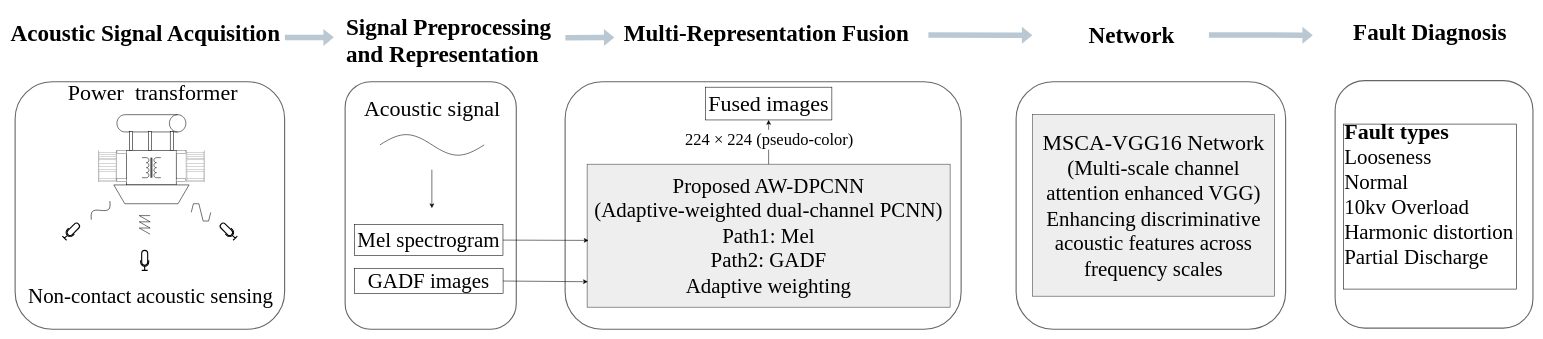
Earlier version of the draw.io diagram paper/framework/framework.drawio (1052554665/AW-DPCNN). Source tidied: cells renumbered, new cells numbered last; positions are measured from the earlier drawing's top-left corner, leaving out a move shared by most shapes. Both pictures are drawn from the tidied source at 55%, with x=0, y=0 at pixel (9, 9).
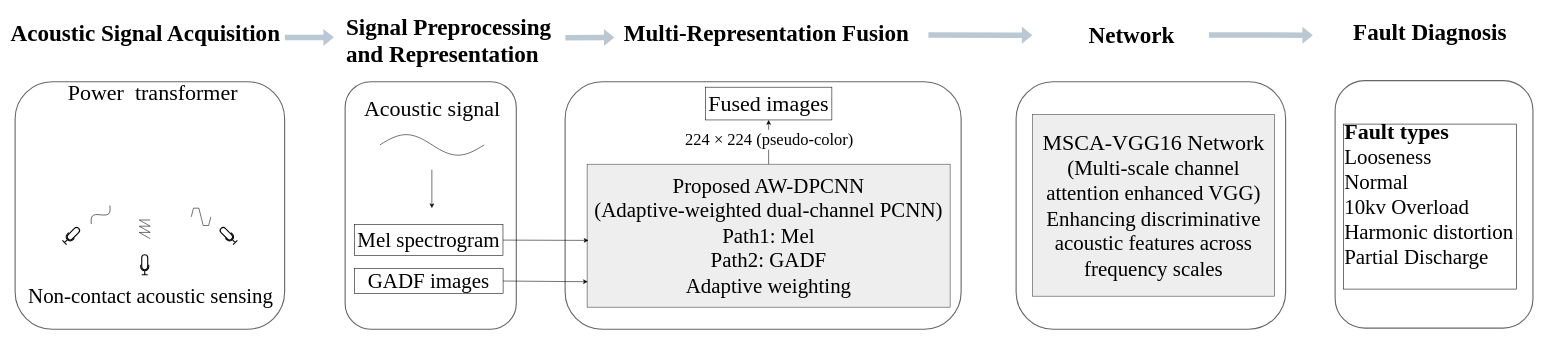
The same page after the edit.

Change to the diagram source:
```diff
@@
-    <mxCell id="29" style="group;" parent="1" vertex="1">
-      <mxGeometry x="94.6" y="192" width="426.3" height="390" as="geometry" />
-    </mxCell>
-    <mxCell id="30" style="group;fontFamily=Times New Roman;fontSize=38;" parent="29" vertex="1">
-      <mxGeometry x="66.3" width="360" height="390" as="geometry" />
-    </mxCell>
-    <mxCell id="31" style="shape=cylinder3;whiteSpace=wrap;html=1;boundedLbl=1;backgroundOutline=1;size=15;rotation=90;fontFamily=Times New Roman;fontSize=38;" parent="30" vertex="1">
-      <mxGeometry x="81.2" y="-47" width="31.4" height="125.4" as="geometry" />
-    </mxCell>
-    <mxCell id="32" style="rounded=0;whiteSpace=wrap;html=1;fontFamily=Times New Roman;fontSize=38;" parent="30" vertex="1">
-      <mxGeometry x="51.9" y="65" width="90.1" height="62.7" as="geometry" />
-    </mxCell>
-    <mxCell id="33" style="shape=trapezoid;perimeter=trapezoidPerimeter;whiteSpace=wrap;html=1;fixedSize=1;flipH=1;flipV=1;fontFamily=Times New Roman;fontSize=38;" parent="30" vertex="1">
-      <mxGeometry x="28.5" y="127.7" width="136.8" height="34.2" as="geometry" />
-    </mxCell>
-    <mxCell id="34" style="shape=mxgraph.rack.cisco.cisco_asr_1013_router;html=1;labelPosition=right;align=left;spacingLeft=15;dashed=0;shadow=0;fillColor=#ffffff;fontFamily=Times New Roman;fontSize=38;" parent="30" vertex="1">
-      <mxGeometry y="65" width="34.2" height="57" as="geometry" />
-    </mxCell>
-    <mxCell id="35" style="shape=mxgraph.rack.cisco.cisco_asr_1013_router;html=1;labelPosition=right;align=left;spacingLeft=15;dashed=0;shadow=0;fillColor=#ffffff;fontFamily=Times New Roman;fontSize=38;" parent="30" vertex="1">
-      <mxGeometry x="159.6" y="65" width="34.2" height="57" as="geometry" />
-    </mxCell>
-    <mxCell id="36" style="rounded=0;whiteSpace=wrap;html=1;strokeWidth=0.5;fontFamily=Times New Roman;fontSize=38;" parent="30" vertex="1">
-      <mxGeometry x="34.2" y="65" width="17.7" height="5.7" as="geometry" />
-    </mxCell>
-    <mxCell id="37" style="rounded=0;whiteSpace=wrap;html=1;strokeWidth=0.5;fontFamily=Times New Roman;fontSize=38;" parent="30" vertex="1">
-      <mxGeometry x="34.2" y="116.3" width="17.7" height="5.7" as="geometry" />
-    </mxCell>
-    <mxCell id="38" style="verticalLabelPosition=bottom;shadow=0;dashed=0;align=center;html=1;verticalAlign=top;shape=mxgraph.electrical.inductors.transformer_1;direction=south;fontFamily=Times New Roman;fontSize=38;" parent="30" vertex="1">
-      <mxGeometry x="79.8" y="78.1" width="34.2" height="36.5" as="geometry" />
-    </mxCell>
-    <mxCell id="39" style="rounded=0;whiteSpace=wrap;html=1;fontFamily=Times New Roman;fontSize=38;" parent="30" vertex="1">
-      <mxGeometry x="57" y="30.8" width="5.7" height="34.2" as="geometry" />
-    </mxCell>
-    <mxCell id="40" style="rounded=0;whiteSpace=wrap;html=1;fontFamily=Times New Roman;fontSize=38;" parent="30" vertex="1">
-      <mxGeometry x="91.2" y="30.8" width="5.7" height="34.2" as="geometry" />
-    </mxCell>
-    <mxCell id="41" style="rounded=0;whiteSpace=wrap;html=1;fontFamily=Times New Roman;fontSize=38;" parent="30" vertex="1">
-      <mxGeometry x="131.1" y="30.8" width="5.7" height="34.2" as="geometry" />
-    </mxCell>
-    <mxCell id="42" style="rounded=0;whiteSpace=wrap;html=1;strokeWidth=0.5;fontFamily=Times New Roman;fontSize=38;" parent="30" vertex="1">
-      <mxGeometry x="142" y="65" width="17.7" height="5.7" as="geometry" />
-    </mxCell>
-    <mxCell id="43" style="rounded=0;whiteSpace=wrap;html=1;strokeWidth=0.5;fontFamily=Times New Roman;fontSize=38;" parent="30" vertex="1">
-      <mxGeometry x="142" y="116.3" width="17.5" height="5.7" as="geometry" />
-    </mxCell>
+    <mxCell id="50" style="shape=flexArrow;endArrow=classic;html=1;rounded=0;strokeColor=none;fillColor=#bac8d3;fontFamily=Times New Roman;fontSize=42;exitX=1;exitY=0.5;exitDx=0;exitDy=0;" parent="1" edge="1">
+      <mxGeometry relative="1" as="geometry">
+        <mxPoint x="1010" y="52" as="sourcePoint" />
+        <mxPoint x="1100" y="51.5" as="targetPoint" />
+      </mxGeometry>
+    </mxCell>
+    <mxCell id="51" style="shape=flexArrow;endArrow=classic;html=1;rounded=0;strokeColor=none;fillColor=#bac8d3;fontFamily=Times New Roman;fontSize=42;exitX=1;exitY=0.5;exitDx=0;exitDy=0;" parent="1" edge="1">
+      <mxGeometry relative="1" as="geometry">
+        <mxPoint x="500" y="51.9" as="sourcePoint" />
+        <mxPoint x="590" y="51.4" as="targetPoint" />
+      </mxGeometry>
+    </mxCell>
+    <mxCell id="52" style="shape=flexArrow;endArrow=classic;html=1;rounded=0;strokeColor=none;fillColor=#bac8d3;fontFamily=Times New Roman;fontSize=42;align=center;verticalAlign=middle;fontColor=default;labelBackgroundColor=default;" parent="1" edge="1">
+      <mxGeometry relative="1" as="geometry">
+        <mxPoint x="2180" y="47" as="sourcePoint" />
+        <mxPoint x="2370" y="47.5" as="targetPoint" />
+      </mxGeometry>
+    </mxCell>
-    <mxCell id="44" style="html=1;verticalLabelPosition=bottom;align=center;labelBackgroundColor=#ffffff;verticalAlign=top;strokeWidth=2;strokeColor=default;shadow=0;dashed=0;shape=mxgraph.ios7.icons.microphone;rotation=-45;fillColor=default;fontFamily=Times New Roman;fontSize=38;" parent="29" vertex="1">
-      <mxGeometry x="295.5" y="193.5" width="14.5" height="36.3" as="geometry" />
+    <mxCell id="44" style="html=1;verticalLabelPosition=bottom;align=center;labelBackgroundColor=#ffffff;verticalAlign=top;strokeWidth=2;strokeColor=default;shadow=0;dashed=0;shape=mxgraph.ios7.icons.microphone;rotation=-45;fillColor=default;fontFamily=Times New Roman;fontSize=38;" parent="1" vertex="1">
+      <mxGeometry x="390.1" y="393.5" width="14.5" height="36.3" as="geometry" />
     </mxCell>
-    <mxCell id="45" style="html=1;verticalLabelPosition=bottom;align=center;labelBackgroundColor=#ffffff;verticalAlign=top;strokeWidth=2;strokeColor=default;shadow=0;dashed=0;shape=mxgraph.ios7.icons.microphone;fontFamily=Times New Roman;fontSize=38;" parent="29" vertex="1">
-      <mxGeometry x="143.7" y="246.7" width="14.5" height="36.3" as="geometry" />
+    <mxCell id="45" style="html=1;verticalLabelPosition=bottom;align=center;labelBackgroundColor=#ffffff;verticalAlign=top;strokeWidth=2;strokeColor=default;shadow=0;dashed=0;shape=mxgraph.ios7.icons.microphone;fontFamily=Times New Roman;fontSize=38;" parent="1" vertex="1">
+      <mxGeometry x="238.4" y="446.7" width="14.5" height="36.3" as="geometry" />
     </mxCell>
-    <mxCell id="46" style="verticalLabelPosition=bottom;shadow=0;dashed=0;align=center;html=1;verticalAlign=top;shape=mxgraph.electrical.waveforms.sine_wave;rotation=-45;fontFamily=Times New Roman;fontSize=38;" parent="29" vertex="1">
-      <mxGeometry x="47" y="161.9" width="47.7" height="24.2" as="geometry" />
+    <mxCell id="46" style="verticalLabelPosition=bottom;shadow=0;dashed=0;align=center;html=1;verticalAlign=top;shape=mxgraph.electrical.waveforms.sine_wave;rotation=-45;fontFamily=Times New Roman;fontSize=38;" parent="1" vertex="1">
+      <mxGeometry x="141.6" y="362" width="47.7" height="24.2" as="geometry" />
     </mxCell>
-    <mxCell id="47" style="verticalLabelPosition=bottom;shadow=0;dashed=0;align=center;html=1;verticalAlign=top;shape=mxgraph.electrical.waveforms.sawtooth;rotation=-90;fontFamily=Times New Roman;fontSize=38;" parent="29" vertex="1">
-      <mxGeometry x="134" y="190.5" width="33.9" height="19.9" as="geometry" />
+    <mxCell id="47" style="verticalLabelPosition=bottom;shadow=0;dashed=0;align=center;html=1;verticalAlign=top;shape=mxgraph.electrical.waveforms.sawtooth;rotation=-90;fontFamily=Times New Roman;fontSize=38;" parent="1" vertex="1">
+      <mxGeometry x="228.7" y="390.5" width="33.9" height="19.9" as="geometry" />
     </mxCell>
-    <mxCell id="48" style="verticalLabelPosition=bottom;shadow=0;dashed=0;align=center;html=1;verticalAlign=top;shape=mxgraph.electrical.waveforms.slow_square_wave;fontFamily=Times New Roman;fontSize=38;" parent="29" vertex="1">
-      <mxGeometry x="235.6" y="161.9" width="35.5" height="31.5" as="geometry" />
+    <mxCell id="48" style="verticalLabelPosition=bottom;shadow=0;dashed=0;align=center;html=1;verticalAlign=top;shape=mxgraph.electrical.waveforms.slow_square_wave;fontFamily=Times New Roman;fontSize=38;" parent="1" vertex="1">
+      <mxGeometry x="330.3" y="362" width="35.5" height="31.5" as="geometry" />
     </mxCell>
-    <mxCell id="49" style="html=1;verticalLabelPosition=bottom;align=center;labelBackgroundColor=#ffffff;verticalAlign=top;strokeWidth=2;strokeColor=default;shadow=0;dashed=0;shape=mxgraph.ios7.icons.microphone;rotation=45;fontFamily=Times New Roman;fontSize=38;" parent="29" vertex="1">
-      <mxGeometry x="10.7" y="193.5" width="14.5" height="36.3" as="geometry" />
+    <mxCell id="49" style="html=1;verticalLabelPosition=bottom;align=center;labelBackgroundColor=#ffffff;verticalAlign=top;strokeWidth=2;strokeColor=default;shadow=0;dashed=0;shape=mxgraph.ios7.icons.microphone;rotation=45;fontFamily=Times New Roman;fontSize=38;" parent="1" vertex="1">
+      <mxGeometry x="105.4" y="393.5" width="14.5" height="36.3" as="geometry" />
     </mxCell>
-    <mxCell id="50" style="shape=flexArrow;endArrow=classic;html=1;rounded=0;strokeColor=none;fillColor=#bac8d3;fontFamily=Times New Roman;fontSize=42;exitX=1;exitY=0.5;exitDx=0;exitDy=0;" parent="1" edge="1">
-      <mxGeometry relative="1" as="geometry">
-        <mxPoint x="1010" y="52" as="sourcePoint" />
-        <mxPoint x="1100" y="51.5" as="targetPoint" />
-      </mxGeometry>
-    </mxCell>
-    <mxCell id="51" style="shape=flexArrow;endArrow=classic;html=1;rounded=0;strokeColor=none;fillColor=#bac8d3;fontFamily=Times New Roman;fontSize=42;exitX=1;exitY=0.5;exitDx=0;exitDy=0;" parent="1" edge="1">
-      <mxGeometry relative="1" as="geometry">
-        <mxPoint x="500" y="51.9" as="sourcePoint" />
-        <mxPoint x="590" y="51.4" as="targetPoint" />
-      </mxGeometry>
-    </mxCell>
-    <mxCell id="52" style="shape=flexArrow;endArrow=classic;html=1;rounded=0;strokeColor=none;fillColor=#bac8d3;fontFamily=Times New Roman;fontSize=42;align=center;verticalAlign=middle;fontColor=default;labelBackgroundColor=default;" parent="1" edge="1">
-      <mxGeometry relative="1" as="geometry">
-        <mxPoint x="2180" y="47" as="sourcePoint" />
-        <mxPoint x="2370" y="47.5" as="targetPoint" />
-      </mxGeometry>
-    </mxCell>
```
